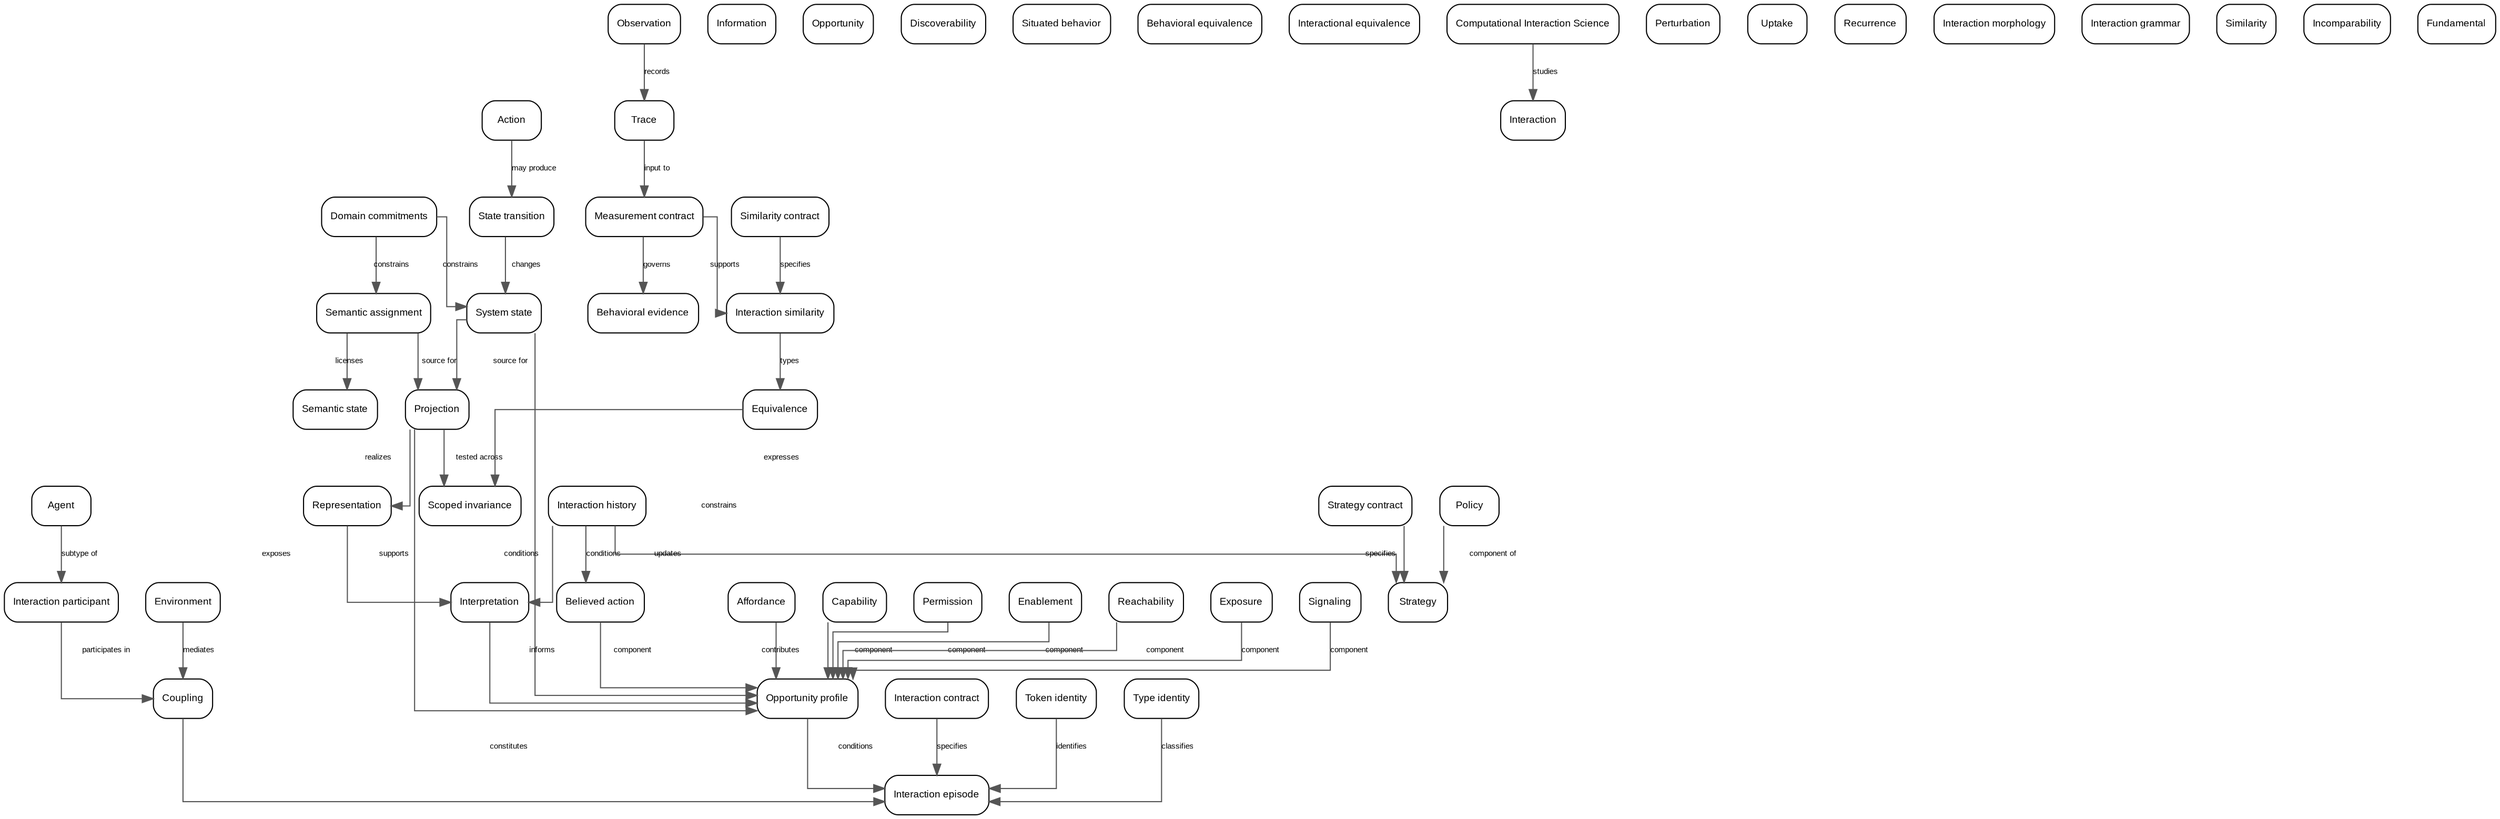
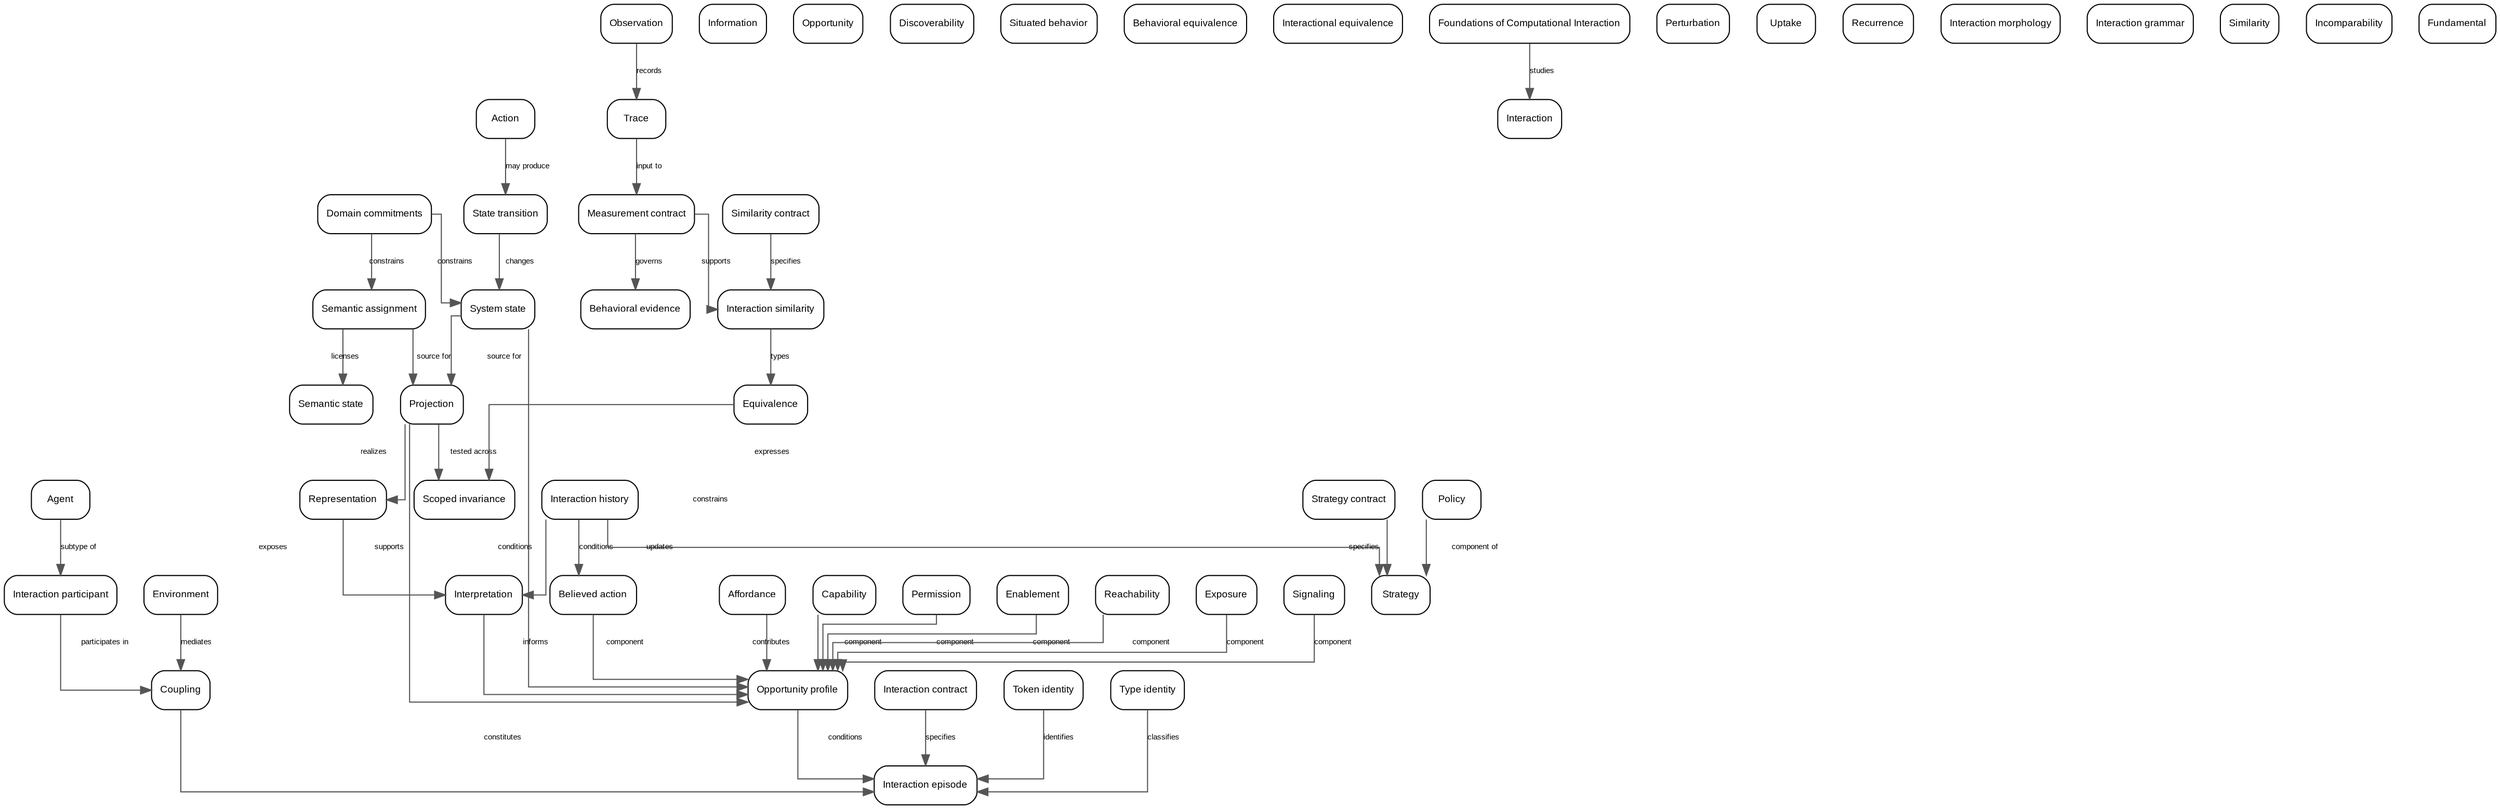
digraph G {
rankdir=TB;
graph [fontname="Arial", bgcolor="white", splines=ortho, nodesep=0.35, ranksep=0.6];
node [shape=box, style="rounded", fontname="Arial", fontsize=9];
edge [fontname="Arial", fontsize=7, color="#555555"];
"domain-commitments" [label="Domain commitments"];
"system-state" [label="System state"];
"semantic-assignment" [label="Semantic assignment"];
"semantic-state" [label="Semantic state"];
"information" [label="Information"];
"representation" [label="Representation"];
"projection" [label="Projection"];
"scoped-invariance" [label="Scoped invariance"];
"interpretation" [label="Interpretation"];
"interaction-participant" [label="Interaction participant"];
"agent" [label="Agent"];
"environment" [label="Environment"];
"affordance" [label="Affordance"];
"opportunity" [label="Opportunity"];
"opportunity-profile" [label="Opportunity profile"];
"capability" [label="Capability"];
"permission" [label="Permission"];
"enablement" [label="Enablement"];
"reachability" [label="Reachability"];
"exposure" [label="Exposure"];
"signaling" [label="Signaling"];
"discoverability" [label="Discoverability"];
"believed-action" [label="Believed action"];
"action" [label="Action"];
"state-transition" [label="State transition"];
"observation" [label="Observation"];
"situated-behavior" [label="Situated behavior"];
"behavioral-evidence" [label="Behavioral evidence"];
"behavioral-equivalence" [label="Behavioral equivalence"];
"interactional-equivalence" [label="Interactional equivalence"];
"interaction" [label="Interaction"];
"interaction-episode" [label="Interaction episode"];
"coupling" [label="Coupling"];
"perturbation" [label="Perturbation"];
"uptake" [label="Uptake"];
"recurrence" [label="Recurrence"];
"interaction-contract" [label="Interaction contract"];
"interaction-morphology" [label="Interaction morphology"];
"interaction-grammar" [label="Interaction grammar"];
"interaction-history" [label="Interaction history"];
"trace" [label="Trace"];
"measurement-contract" [label="Measurement contract"];
"interaction-similarity" [label="Interaction similarity"];
"token-identity" [label="Token identity"];
"type-identity" [label="Type identity"];
"equivalence" [label="Equivalence"];
"similarity" [label="Similarity"];
"incomparability" [label="Incomparability"];
"similarity-contract" [label="Similarity contract"];
"strategy" [label="Strategy"];
"strategy-contract" [label="Strategy contract"];
"policy" [label="Policy"];
"fundamental" [label="Fundamental"];
- "computational-interaction-science" [label="Computational Interaction Science"];
+ "computational-interaction-science" [label="Foundations of Computational Interaction"];
"domain-commitments" -> "system-state" [label="constrains"];
"domain-commitments" -> "semantic-assignment" [label="constrains"];
"semantic-assignment" -> "semantic-state" [label="licenses"];
"system-state" -> "projection" [label="source for"];
"semantic-assignment" -> "projection" [label="source for"];
"projection" -> "representation" [label="realizes"];
"representation" -> "interpretation" [label="supports"];
"interpretation" -> "opportunity-profile" [label="informs"];
"system-state" -> "opportunity-profile" [label="constrains"];
"projection" -> "opportunity-profile" [label="exposes"];
"opportunity-profile" -> "interaction-episode" [label="conditions"];
"coupling" -> "interaction-episode" [label="constitutes"];
"interaction-participant" -> "coupling" [label="participates in"];
"observation" -> "trace" [label="records"];
"trace" -> "measurement-contract" [label="input to"];
"measurement-contract" -> "interaction-similarity" [label="supports"];
"interaction-similarity" -> "equivalence" [label="types"];
"policy" -> "strategy" [label="component of"];
"interaction-history" -> "strategy" [label="updates"];
"interaction-history" -> "interpretation" [label="conditions"];
"interaction-history" -> "believed-action" [label="conditions"];
"affordance" -> "opportunity-profile" [label="contributes"];
"capability" -> "opportunity-profile" [label="component"];
"permission" -> "opportunity-profile" [label="component"];
"enablement" -> "opportunity-profile" [label="component"];
"reachability" -> "opportunity-profile" [label="component"];
"exposure" -> "opportunity-profile" [label="component"];
"signaling" -> "opportunity-profile" [label="component"];
"believed-action" -> "opportunity-profile" [label="component"];
"action" -> "state-transition" [label="may produce"];
"state-transition" -> "system-state" [label="changes"];
"agent" -> "interaction-participant" [label="subtype of"];
"environment" -> "coupling" [label="mediates"];
"token-identity" -> "interaction-episode" [label="identifies"];
"type-identity" -> "interaction-episode" [label="classifies"];
"similarity-contract" -> "interaction-similarity" [label="specifies"];
"strategy-contract" -> "strategy" [label="specifies"];
"interaction-contract" -> "interaction-episode" [label="specifies"];
"measurement-contract" -> "behavioral-evidence" [label="governs"];
"projection" -> "scoped-invariance" [label="tested across"];
"equivalence" -> "scoped-invariance" [label="expresses"];
"computational-interaction-science" -> "interaction" [label="studies"];
}